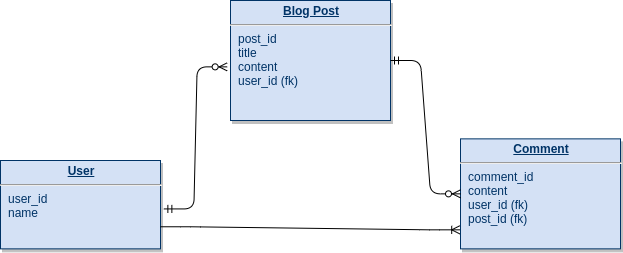
Above: ea_blog_schema.png in rostgoat/ea-blog-api (draw.io), before the change. Source tidied: cells renumbered, new cells last; positions are measured from the earlier drawing's top-left corner, leaving out a move shared by most shapes. Source of this version:
```xml
<mxGraphModel background="#ffffff">
  <root>
    <mxCell id="0" />
    <mxCell id="1" parent="0" />
    <mxCell id="2" value="&lt;p style=&quot;margin: 0px ; margin-top: 4px ; text-align: center ; text-decoration: underline&quot;&gt;&lt;b&gt;Comment&lt;/b&gt;&lt;/p&gt;&lt;hr&gt;&lt;p style=&quot;margin: 0px ; margin-left: 8px&quot;&gt;comment_id&lt;/p&gt;&lt;p style=&quot;margin: 0px ; margin-left: 8px&quot;&gt;content&lt;/p&gt;&lt;p style=&quot;margin: 0px 0px 0px 8px&quot;&gt;user_id (fk)&lt;/p&gt;&lt;p style=&quot;margin: 0px 0px 0px 8px&quot;&gt;post_id (fk)&lt;/p&gt;" style="verticalAlign=top;align=left;overflow=fill;fontSize=12;fontFamily=Helvetica;html=1;strokeColor=#003366;shadow=1;fillColor=#D4E1F5;fontColor=#003366;" parent="1" vertex="1">
      <mxGeometry x="460" y="138.4" width="160" height="110" as="geometry" />
    </mxCell>
    <mxCell id="3" value="&lt;p style=&quot;margin: 0px ; margin-top: 4px ; text-align: center ; text-decoration: underline&quot;&gt;&lt;b&gt;User&lt;/b&gt;&lt;/p&gt;&lt;hr&gt;&lt;p style=&quot;margin: 0px ; margin-left: 8px&quot;&gt;user_id&lt;/p&gt;&lt;p style=&quot;margin: 0px ; margin-left: 8px&quot;&gt;name&lt;/p&gt;" style="verticalAlign=top;align=left;overflow=fill;fontSize=12;fontFamily=Helvetica;html=1;strokeColor=#003366;shadow=1;fillColor=#D4E1F5;fontColor=#003366;" parent="1" vertex="1">
      <mxGeometry y="160" width="160" height="88.4" as="geometry" />
    </mxCell>
    <mxCell id="4" value="&lt;p style=&quot;margin: 0px ; margin-top: 4px ; text-align: center ; text-decoration: underline&quot;&gt;&lt;b&gt;Blog Post&lt;/b&gt;&lt;/p&gt;&lt;hr&gt;&lt;p style=&quot;margin: 0px ; margin-left: 8px&quot;&gt;post_id&lt;/p&gt;&lt;p style=&quot;margin: 0px ; margin-left: 8px&quot;&gt;title&lt;/p&gt;&lt;p style=&quot;margin: 0px ; margin-left: 8px&quot;&gt;content&lt;/p&gt;&lt;p style=&quot;margin: 0px ; margin-left: 8px&quot;&gt;user_id (fk)&lt;/p&gt;" style="verticalAlign=top;align=left;overflow=fill;fontSize=12;fontFamily=Helvetica;html=1;strokeColor=#003366;shadow=1;fillColor=#D4E1F5;fontColor=#003366;" parent="1" vertex="1">
      <mxGeometry x="230" width="160" height="120" as="geometry" />
    </mxCell>
    <mxCell id="5" style="edgeStyle=entityRelationEdgeStyle;fontSize=12;html=1;endArrow=ERzeroToMany;startArrow=ERmandOne;exitX=1.021;exitY=0.548;exitDx=0;exitDy=0;exitPerimeter=0;entryX=-0.021;entryY=0.553;entryDx=0;entryDy=0;entryPerimeter=0;" parent="1" edge="1" source="3" target="4">
      <mxGeometry relative="1" as="geometry" />
    </mxCell>
    <mxCell id="6" style="edgeStyle=entityRelationEdgeStyle;fontSize=12;html=1;endArrow=ERzeroToMany;startArrow=ERmandOne;exitX=1;exitY=0.5;exitDx=0;exitDy=0;" parent="1" edge="1" source="4" target="2">
      <mxGeometry relative="1" as="geometry" />
    </mxCell>
    <mxCell id="7" style="edgeStyle=entityRelationEdgeStyle;fontSize=12;html=1;endArrow=ERoneToMany;exitX=1;exitY=0.75;exitDx=0;exitDy=0;entryX=-0.005;entryY=0.827;entryDx=0;entryDy=0;entryPerimeter=0;" parent="1" edge="1" source="3" target="2">
      <mxGeometry relative="1" as="geometry" />
    </mxCell>
  </root>
</mxGraphModel>
```
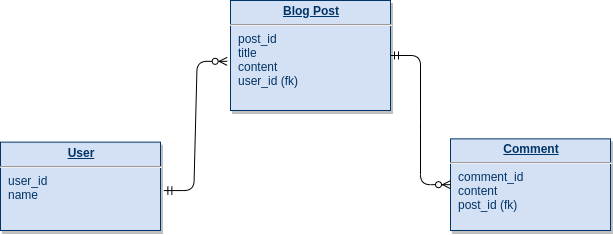
After the commit.

Change to the diagram source:
```diff
@@ -2,14 +2,14 @@
   <root>
     <mxCell id="0" />
     <mxCell id="1" parent="0" />
-    <mxCell id="2" value="&lt;p style=&quot;margin: 0px ; margin-top: 4px ; text-align: center ; text-decoration: underline&quot;&gt;&lt;b&gt;Comment&lt;/b&gt;&lt;/p&gt;&lt;hr&gt;&lt;p style=&quot;margin: 0px ; margin-left: 8px&quot;&gt;comment_id&lt;/p&gt;&lt;p style=&quot;margin: 0px ; margin-left: 8px&quot;&gt;content&lt;/p&gt;&lt;p style=&quot;margin: 0px 0px 0px 8px&quot;&gt;user_id (fk)&lt;/p&gt;&lt;p style=&quot;margin: 0px 0px 0px 8px&quot;&gt;post_id (fk)&lt;/p&gt;" style="verticalAlign=top;align=left;overflow=fill;fontSize=12;fontFamily=Helvetica;html=1;strokeColor=#003366;shadow=1;fillColor=#D4E1F5;fontColor=#003366;" parent="1" vertex="1">
-      <mxGeometry x="460" y="138.4" width="160" height="110" as="geometry" />
+    <mxCell id="2" value="&lt;p style=&quot;margin: 0px ; margin-top: 4px ; text-align: center ; text-decoration: underline&quot;&gt;&lt;b&gt;Comment&lt;/b&gt;&lt;/p&gt;&lt;hr&gt;&lt;p style=&quot;margin: 0px ; margin-left: 8px&quot;&gt;comment_id&lt;/p&gt;&lt;p style=&quot;margin: 0px ; margin-left: 8px&quot;&gt;content&lt;/p&gt;&lt;p style=&quot;margin: 0px 0px 0px 8px&quot;&gt;post_id (fk)&lt;/p&gt;" style="verticalAlign=top;align=left;overflow=fill;fontSize=12;fontFamily=Helvetica;html=1;strokeColor=#003366;shadow=1;fillColor=#D4E1F5;fontColor=#003366;" parent="1" vertex="1">
+      <mxGeometry x="450" y="138.4" width="160" height="91.6" as="geometry" />
     </mxCell>
     <mxCell id="3" value="&lt;p style=&quot;margin: 0px ; margin-top: 4px ; text-align: center ; text-decoration: underline&quot;&gt;&lt;b&gt;User&lt;/b&gt;&lt;/p&gt;&lt;hr&gt;&lt;p style=&quot;margin: 0px ; margin-left: 8px&quot;&gt;user_id&lt;/p&gt;&lt;p style=&quot;margin: 0px ; margin-left: 8px&quot;&gt;name&lt;/p&gt;" style="verticalAlign=top;align=left;overflow=fill;fontSize=12;fontFamily=Helvetica;html=1;strokeColor=#003366;shadow=1;fillColor=#D4E1F5;fontColor=#003366;" parent="1" vertex="1">
-      <mxGeometry y="160" width="160" height="88.4" as="geometry" />
+      <mxGeometry y="141.6" width="160" height="88.4" as="geometry" />
     </mxCell>
     <mxCell id="4" value="&lt;p style=&quot;margin: 0px ; margin-top: 4px ; text-align: center ; text-decoration: underline&quot;&gt;&lt;b&gt;Blog Post&lt;/b&gt;&lt;/p&gt;&lt;hr&gt;&lt;p style=&quot;margin: 0px ; margin-left: 8px&quot;&gt;post_id&lt;/p&gt;&lt;p style=&quot;margin: 0px ; margin-left: 8px&quot;&gt;title&lt;/p&gt;&lt;p style=&quot;margin: 0px ; margin-left: 8px&quot;&gt;content&lt;/p&gt;&lt;p style=&quot;margin: 0px ; margin-left: 8px&quot;&gt;user_id (fk)&lt;/p&gt;" style="verticalAlign=top;align=left;overflow=fill;fontSize=12;fontFamily=Helvetica;html=1;strokeColor=#003366;shadow=1;fillColor=#D4E1F5;fontColor=#003366;" parent="1" vertex="1">
-      <mxGeometry x="230" width="160" height="120" as="geometry" />
+      <mxGeometry x="230" width="160" height="110" as="geometry" />
     </mxCell>
     <mxCell id="5" style="edgeStyle=entityRelationEdgeStyle;fontSize=12;html=1;endArrow=ERzeroToMany;startArrow=ERmandOne;exitX=1.021;exitY=0.548;exitDx=0;exitDy=0;exitPerimeter=0;entryX=-0.021;entryY=0.553;entryDx=0;entryDy=0;entryPerimeter=0;" parent="1" edge="1" source="3" target="4">
       <mxGeometry relative="1" as="geometry" />
@@ -17,8 +17,5 @@
     <mxCell id="6" style="edgeStyle=entityRelationEdgeStyle;fontSize=12;html=1;endArrow=ERzeroToMany;startArrow=ERmandOne;exitX=1;exitY=0.5;exitDx=0;exitDy=0;" parent="1" edge="1" source="4" target="2">
       <mxGeometry relative="1" as="geometry" />
     </mxCell>
-    <mxCell id="7" style="edgeStyle=entityRelationEdgeStyle;fontSize=12;html=1;endArrow=ERoneToMany;exitX=1;exitY=0.75;exitDx=0;exitDy=0;entryX=-0.005;entryY=0.827;entryDx=0;entryDy=0;entryPerimeter=0;" parent="1" edge="1" source="3" target="2">
-      <mxGeometry relative="1" as="geometry" />
-    </mxCell>
   </root>
 </mxGraphModel>
```
